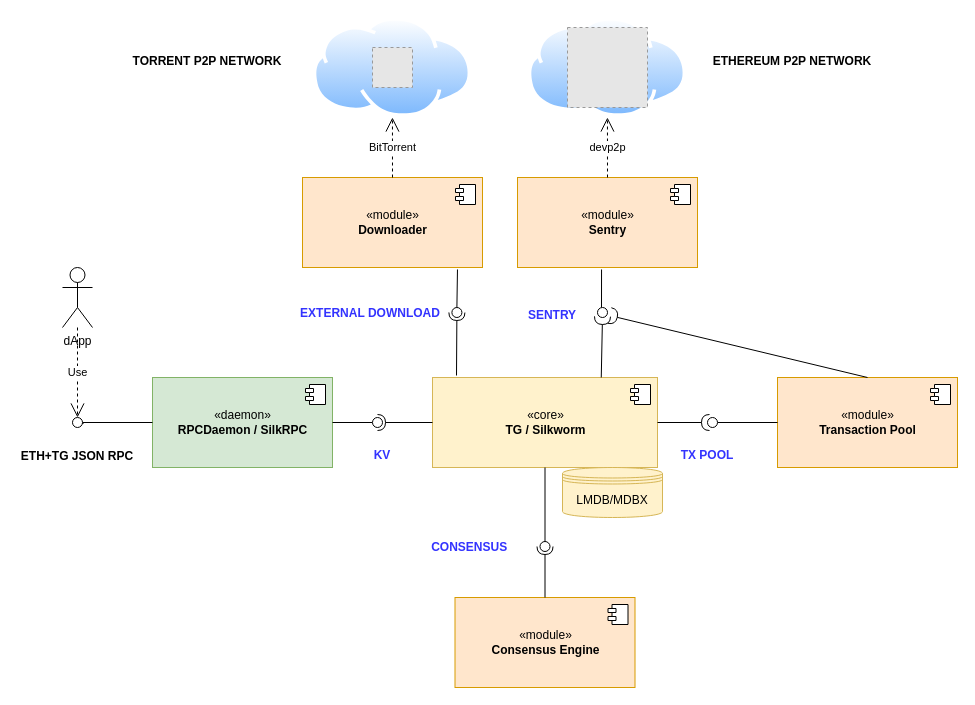
erigontech/interfaces keeps this draw.io diagram as turbo-geth.drawio. Above is the earlier version. Source tidied: cells renumbered, new cells numbered last; positions are measured from the earlier drawing's top-left corner, leaving out a move shared by most shapes. Both pictures are drawn from the tidied source at 100%, with x=0, y=0 at pixel (17, 17). Pictures stored in the file or linked from it are replaced by grey dashed boxes.
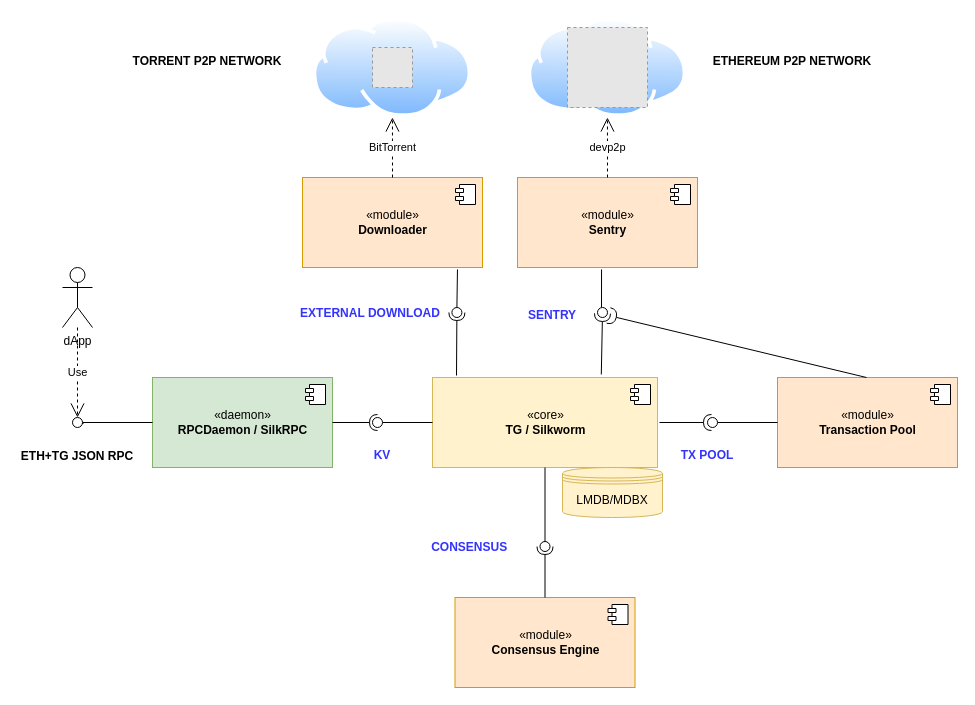
The same page after the edit.

Commit message (it also covers changes not shown here):
Fix KV interface provider

The change refers to these unchanged cells:
```xml
<mxCell id="2" value="«daemon»&lt;br&gt;&lt;b&gt;RPCDaemon / SilkRPC&lt;/b&gt;" style="html=1;fillColor=#d5e8d4;strokeColor=#82b366;" parent="1" vertex="1">
  <mxGeometry x="135" y="360" width="180" height="90" as="geometry" />
</mxCell>
<mxCell id="4" value="«core»&lt;br&gt;&lt;b&gt;TG / Silkworm&lt;/b&gt;" style="html=1;fillColor=#fff2cc;strokeColor=#d6b656;" parent="1" vertex="1">
  <mxGeometry x="415" y="360" width="225" height="90" as="geometry" />
</mxCell>
<mxCell id="8" value="«module»&lt;br&gt;&lt;b&gt;Transaction Pool&lt;/b&gt;" style="html=1;fillColor=#ffe6cc;strokeColor=#d79b00;" parent="1" vertex="1">
  <mxGeometry x="760" y="360" width="180" height="90" as="geometry" />
</mxCell>
<mxCell id="23" style="ellipse;whiteSpace=wrap;html=1;fontFamily=Helvetica;fontSize=12;fontColor=#000000;align=center;strokeColor=#000000;fillColor=#ffffff;points=[];" parent="1" vertex="1">
  <mxGeometry x="355" y="400" width="10" height="10" as="geometry" />
</mxCell>
<mxCell id="42" style="ellipse;whiteSpace=wrap;html=1;fontFamily=Helvetica;fontSize=12;fontColor=#000000;align=center;strokeColor=#000000;fillColor=#ffffff;points=[];" parent="1" vertex="1">
  <mxGeometry x="580" y="290" width="10" height="10" as="geometry" />
</mxCell>
```

Diff of the diagram source:
```diff
@@
-    <mxCell id="21" style="rounded=0;jettySize=auto;html=1;endArrow=none;endFill=0;exitX=1;exitY=0.5;exitDx=0;exitDy=0;" parent="1" edge="1" source="2" target="23">
+    <mxCell id="21" style="rounded=0;jettySize=auto;html=1;endArrow=none;endFill=0;exitX=0;exitY=0.5;exitDx=0;exitDy=0;" parent="1" edge="1" source="4" target="23">
       <mxGeometry relative="1" as="geometry" />
     </mxCell>
-    <mxCell id="22" style="rounded=0;jettySize=auto;html=1;endArrow=halfCircle;endFill=0;entryX=0.5;entryY=0.5;entryDx=0;entryDy=0;endSize=6;strokeWidth=1;exitX=0;exitY=0.5;exitDx=0;exitDy=0;" parent="1" edge="1" source="4" target="23">
+    <mxCell id="22" style="rounded=0;jettySize=auto;html=1;endArrow=halfCircle;endFill=0;entryX=0.5;entryY=0.5;entryDx=0;entryDy=0;endSize=6;strokeWidth=1;exitX=1;exitY=0.5;exitDx=0;exitDy=0;" parent="1" edge="1" source="2" target="23">
       <mxGeometry relative="1" as="geometry" />
     </mxCell>
@@
     <mxCell id="33" style="rounded=0;orthogonalLoop=1;jettySize=auto;html=1;endArrow=halfCircle;endFill=0;endSize=6;strokeWidth=1;" parent="1" edge="1">
       <mxGeometry relative="1" as="geometry">
-        <mxPoint x="640" y="405" as="sourcePoint" />
-        <mxPoint x="692" y="405" as="targetPoint" />
+        <mxPoint x="642" y="405" as="sourcePoint" />
+        <mxPoint x="694" y="405" as="targetPoint" />
       </mxGeometry>
     </mxCell>
@@
-    <mxCell id="41" style="rounded=0;jettySize=auto;html=1;endArrow=halfCircle;endFill=0;endSize=6;strokeWidth=1;exitX=0.75;exitY=0;exitDx=0;exitDy=0;entryX=0.5;entryY=0.9;entryDx=0;entryDy=0;entryPerimeter=0;" parent="1" edge="1" source="4" target="42">
-      <mxGeometry relative="1" as="geometry" />
+    <mxCell id="41" style="rounded=0;orthogonalLoop=1;jettySize=auto;html=1;endArrow=halfCircle;endFill=0;endSize=6;strokeWidth=1;exitX=0.75;exitY=0;exitDx=0;exitDy=0;entryX=0.5;entryY=0.9;entryDx=0;entryDy=0;entryPerimeter=0;" parent="1" edge="1">
+      <mxGeometry relative="1" as="geometry">
+        <mxPoint x="583.8" y="357" as="sourcePoint" />
+        <mxPoint x="585" y="296" as="targetPoint" />
+      </mxGeometry>
     </mxCell>
@@
-    <mxCell id="49" style="rounded=0;jettySize=auto;html=1;endArrow=halfCircle;endFill=0;endSize=6;strokeWidth=1;exitX=0.5;exitY=0;exitDx=0;exitDy=0;entryX=1.2;entryY=0.8;entryDx=0;entryDy=0;entryPerimeter=0;" parent="1" edge="1" source="8" target="42">
-      <mxGeometry relative="1" as="geometry" />
+    <mxCell id="49" style="rounded=0;orthogonalLoop=1;jettySize=auto;html=1;endArrow=halfCircle;endFill=0;endSize=6;strokeWidth=1;exitX=0.5;exitY=0;exitDx=0;exitDy=0;entryX=1.2;entryY=0.8;entryDx=0;entryDy=0;entryPerimeter=0;" parent="1" edge="1">
+      <mxGeometry relative="1" as="geometry">
+        <mxPoint x="849" y="360" as="sourcePoint" />
+        <mxPoint x="591" y="298" as="targetPoint" />
+      </mxGeometry>
     </mxCell>
```
